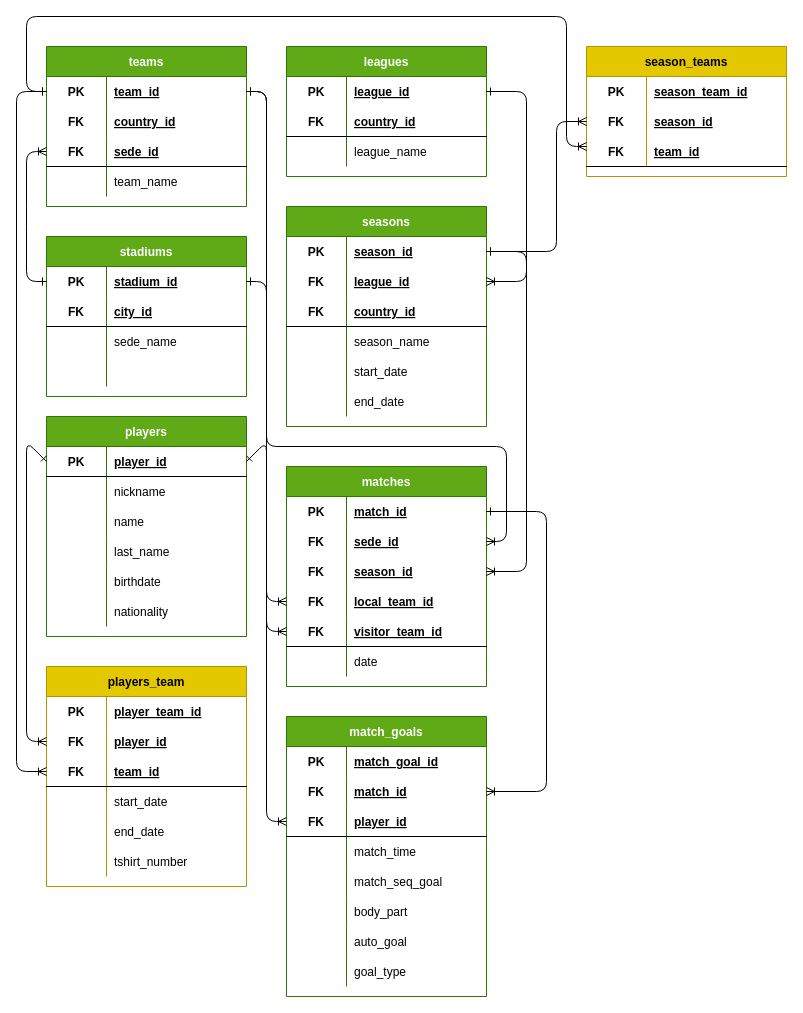
Above: page "logical" (2 of 3) of soccer_model.drawio in r3card0/soccer.stats (draw.io), before the change. Source tidied: cells renumbered, new cells numbered last; positions are measured from the earlier drawing's top-left corner, leaving out a move shared by most shapes. Both pictures are drawn from the tidied source at 100%, with x=0, y=0 at pixel (16, 16).
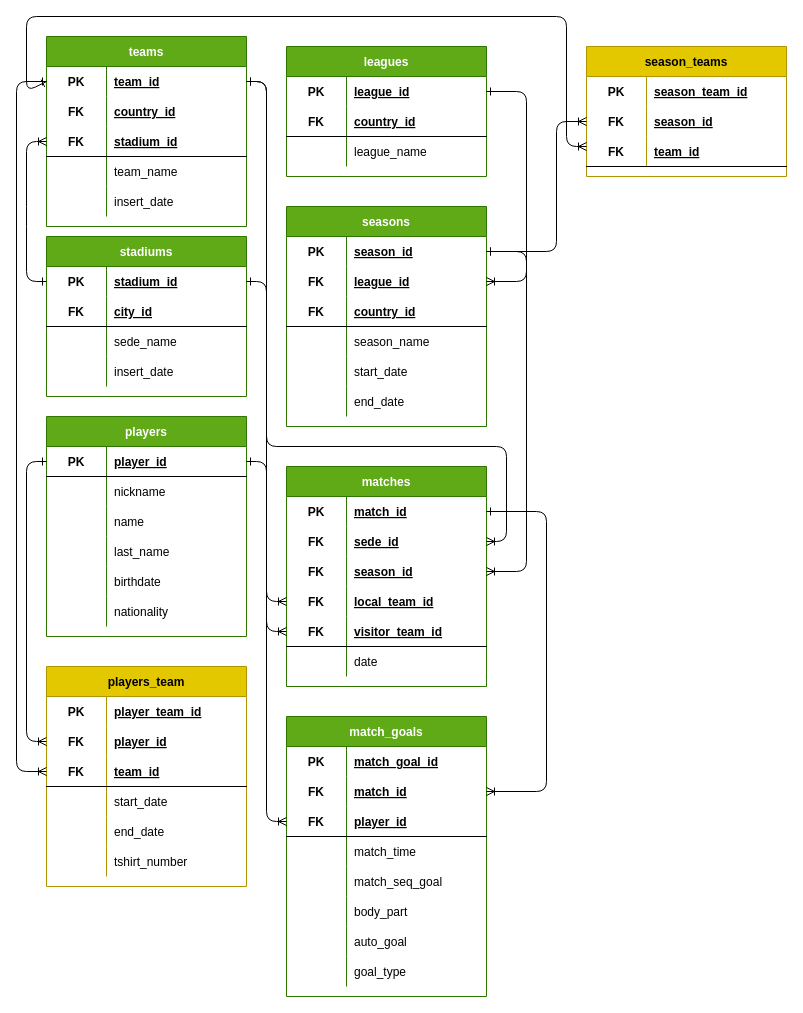
The same diagram, later.

Commit message:
updated logic model

The change refers to these unchanged cells:
```xml
<mxCell id="3" style="shape=partialRectangle;fillColor=none;top=0;left=0;bottom=0;right=0;points=[[0,0.5],[1,0.5]];portConstraint=eastwest;" parent="2" vertex="1">
  <mxGeometry y="30" width="200" height="30" as="geometry" />
</mxCell>
<mxCell id="9" style="shape=partialRectangle;fillColor=none;top=0;left=0;bottom=1;right=0;points=[[0,0.5],[1,0.5]];portConstraint=eastwest;" parent="2" vertex="1">
  <mxGeometry y="90" width="200" height="30" as="geometry" />
</mxCell>
<mxCell id="16" style="shape=partialRectangle;fillColor=none;top=0;left=0;bottom=0;right=0;points=[[0,0.5],[1,0.5]];portConstraint=eastwest;" parent="15" vertex="1">
  <mxGeometry y="30" width="200" height="30" as="geometry" />
</mxCell>
<mxCell id="25" style="shape=partialRectangle;fillColor=none;top=0;left=0;bottom=0;right=0;" parent="15" vertex="1">
  <mxGeometry y="120" width="200" height="30" as="geometry" />
</mxCell>
<mxCell id="72" style="shape=partialRectangle;fillColor=none;top=0;left=0;bottom=1;right=0;points=[[0,0.5],[1,0.5]];portConstraint=eastwest;" parent="71" vertex="1">
  <mxGeometry y="30" width="200" height="30" as="geometry" />
</mxCell>
<mxCell id="94" style="shape=partialRectangle;fillColor=none;top=0;left=0;bottom=0;right=0;points=[[0,0.5],[1,0.5]];portConstraint=eastwest;" parent="90" vertex="1">
  <mxGeometry y="60" width="200" height="30" as="geometry" />
</mxCell>
<mxCell id="97" style="shape=partialRectangle;fillColor=none;top=0;left=0;bottom=1;right=0;points=[[0,0.5],[1,0.5]];portConstraint=eastwest;" parent="90" vertex="1">
  <mxGeometry y="90" width="200" height="30" as="geometry" />
</mxCell>
<mxCell id="121" style="shape=partialRectangle;fillColor=none;top=0;left=0;bottom=0;right=0;points=[[0,0.5],[1,0.5]];portConstraint=eastwest;" parent="111" vertex="1">
  <mxGeometry y="120" width="200" height="30" as="geometry" />
</mxCell>
<mxCell id="124" style="shape=partialRectangle;fillColor=none;top=0;left=0;bottom=1;right=0;points=[[0,0.5],[1,0.5]];portConstraint=eastwest;" parent="111" vertex="1">
  <mxGeometry y="150" width="200" height="30" as="geometry" />
</mxCell>
<mxCell id="141" style="shape=partialRectangle;fillColor=none;top=0;left=0;bottom=1;right=0;points=[[0,0.5],[1,0.5]];portConstraint=eastwest;" parent="134" vertex="1">
  <mxGeometry y="90" width="200" height="30" as="geometry" />
</mxCell>
```

The edit, as a diff of the source:
```diff
@@
     <mxCell id="2" value="teams" style="shape=table;startSize=30;childLayout=tableLayout;rowLines=0;fontStyle=1;align=center;fillColor=#60a917;fontColor=#ffffff;strokeColor=#2D7600;" parent="1" vertex="1">
-      <mxGeometry x="30" y="30" width="200" height="160" as="geometry" />
+      <mxGeometry x="30" y="20" width="200" height="190" as="geometry" />
     </mxCell>
@@
-    <mxCell id="11" value="sede_id" style="shape=partialRectangle;fillColor=none;top=0;left=0;bottom=0;right=0;align=left;spacingLeft=6;fontStyle=5;overflow=hidden;" parent="9" vertex="1">
+    <mxCell id="11" value="stadium_id" style="shape=partialRectangle;fillColor=none;top=0;left=0;bottom=0;right=0;align=left;spacingLeft=6;fontStyle=5;overflow=hidden;" parent="9" vertex="1">
       <mxGeometry x="60" width="140" height="30" as="geometry" />
     </mxCell>
@@
+    <mxCell id="161" style="shape=partialRectangle;fillColor=none;top=0;left=0;bottom=0;right=0;" parent="2" vertex="1">
+      <mxGeometry y="150" width="200" height="30" as="geometry" />
+    </mxCell>
+    <mxCell id="162" style="shape=partialRectangle;fillColor=none;top=0;left=0;bottom=0;right=0;overflow=hidden;" parent="161" vertex="1">
+      <mxGeometry width="60" height="30" as="geometry" />
+    </mxCell>
+    <mxCell id="163" value="insert_date" style="shape=partialRectangle;fillColor=none;top=0;left=0;bottom=0;right=0;align=left;spacingLeft=6;overflow=hidden;" parent="161" vertex="1">
+      <mxGeometry x="60" width="140" height="30" as="geometry" />
+    </mxCell>
@@
-    <mxCell id="27" style="shape=partialRectangle;fillColor=none;top=0;left=0;bottom=0;right=0;align=left;spacingLeft=6;overflow=hidden;" parent="25" vertex="1">
+    <mxCell id="27" value="insert_date" style="shape=partialRectangle;fillColor=none;top=0;left=0;bottom=0;right=0;align=left;spacingLeft=6;overflow=hidden;" parent="25" vertex="1">
       <mxGeometry x="60" width="140" height="30" as="geometry" />
     </mxCell>
     <mxCell id="28" style="edgeStyle=none;html=1;exitX=0;exitY=0.5;exitDx=0;exitDy=0;entryX=0;entryY=0.5;entryDx=0;entryDy=0;endArrow=ERoneToMany;endFill=0;startArrow=ERone;startFill=0;" parent="1" edge="1" source="16" target="9">
       <mxGeometry relative="1" as="geometry">
         <Array as="points">
           <mxPoint x="10" y="265" />
           <mxPoint x="10" y="200" />
-          <mxPoint x="10" y="135" />
+          <mxPoint x="10" y="125" />
         </Array>
       </mxGeometry>
     </mxCell>
@@
     <mxCell id="109" style="edgeStyle=none;html=1;entryX=0;entryY=0.5;entryDx=0;entryDy=0;startArrow=ERone;startFill=0;endArrow=ERoneToMany;endFill=0;exitX=0;exitY=0.5;exitDx=0;exitDy=0;" parent="1" edge="1" source="3" target="97">
       <mxGeometry relative="1" as="geometry">
         <Array as="points">
-          <mxPoint y="75" />
+          <mxPoint y="65" />
           <mxPoint y="755" />
         </Array>
       </mxGeometry>
     </mxCell>
     <mxCell id="110" style="edgeStyle=none;html=1;entryX=0;entryY=0.5;entryDx=0;entryDy=0;startArrow=ERone;startFill=0;endArrow=ERoneToMany;endFill=0;exitX=0;exitY=0.5;exitDx=0;exitDy=0;" parent="1" edge="1" source="72" target="94">
       <mxGeometry relative="1" as="geometry">
         <Array as="points">
-          <mxPoint x="10" y="425" />
+          <mxPoint x="10" y="445" />
           <mxPoint x="10" y="725" />
         </Array>
       </mxGeometry>
     </mxCell>
@@
     <mxCell id="132" style="edgeStyle=none;html=1;entryX=0;entryY=0.5;entryDx=0;entryDy=0;startArrow=ERone;startFill=0;endArrow=ERoneToMany;endFill=0;exitX=1;exitY=0.5;exitDx=0;exitDy=0;" parent="1" edge="1" source="3" target="121">
       <mxGeometry relative="1" as="geometry">
         <Array as="points">
-          <mxPoint x="250" y="75" />
+          <mxPoint x="250" y="65" />
           <mxPoint x="250" y="585" />
         </Array>
       </mxGeometry>
     </mxCell>
     <mxCell id="133" style="edgeStyle=none;html=1;entryX=0;entryY=0.5;entryDx=0;entryDy=0;startArrow=ERone;startFill=0;endArrow=ERoneToMany;endFill=0;exitX=1;exitY=0.5;exitDx=0;exitDy=0;" parent="1" edge="1" source="3" target="124">
       <mxGeometry relative="1" as="geometry">
         <Array as="points">
-          <mxPoint x="250" y="75" />
+          <mxPoint x="250" y="65" />
           <mxPoint x="250" y="615" />
         </Array>
       </mxGeometry>
     </mxCell>
@@
     <mxCell id="160" style="edgeStyle=none;html=1;entryX=0;entryY=0.5;entryDx=0;entryDy=0;startArrow=ERone;startFill=0;endArrow=ERoneToMany;endFill=0;exitX=1;exitY=0.5;exitDx=0;exitDy=0;" parent="1" edge="1" source="72" target="141">
       <mxGeometry relative="1" as="geometry">
         <Array as="points">
-          <mxPoint x="250" y="425" />
+          <mxPoint x="250" y="445" />
           <mxPoint x="250" y="805" />
         </Array>
       </mxGeometry>
     </mxCell>
```
